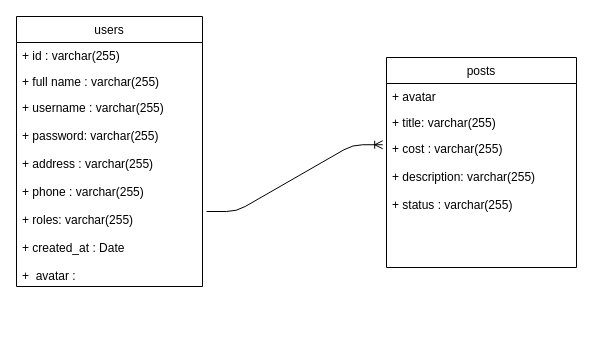
Above: src/diagram.dio in hapo-duongdv/Final-project-backend (draw.io), before the change. Source tidied: cells renumbered, new cells numbered last; positions are measured from the earlier drawing's top-left corner, leaving out a move shared by most shapes. Both pictures are drawn from the tidied source at 100%, with x=0, y=0 at pixel (16, 16).
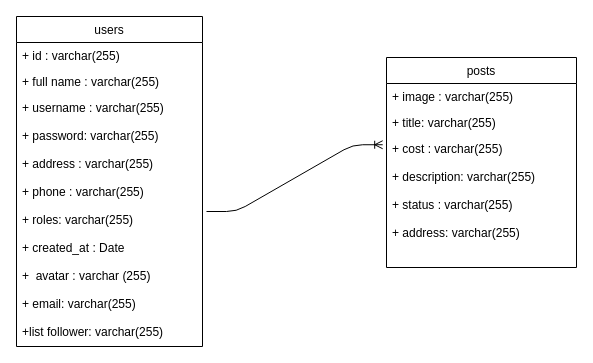
The same page after the edit.

Change to the diagram source:
```diff
@@
 <mxGraphModel>
   <root>
     <mxCell id="0" />
     <mxCell id="1" parent="0" />
     <mxCell id="2" value="posts" style="swimlane;fontStyle=0;horizontal=1;startSize=26;fillColor=none;" parent="1" vertex="1">
       <mxGeometry x="370" y="41" width="190" height="210" as="geometry" />
     </mxCell>
-    <mxCell id="3" value="+ avatar" style="text;strokeColor=none;fillColor=none;align=left;verticalAlign=top;spacingLeft=4;spacingRight=4;overflow=hidden;" parent="2" vertex="1">
+    <mxCell id="3" value="+ image : varchar(255)" style="text;strokeColor=none;fillColor=none;align=left;verticalAlign=top;spacingLeft=4;spacingRight=4;overflow=hidden;" parent="2" vertex="1">
       <mxGeometry y="26" width="190" height="26" as="geometry" />
     </mxCell>
     <mxCell id="4" value="+ title: varchar(255)" style="text;strokeColor=none;fillColor=none;align=left;verticalAlign=top;spacingLeft=4;spacingRight=4;overflow=hidden;" parent="2" vertex="1">
       <mxGeometry y="52" width="190" height="26" as="geometry" />
     </mxCell>
-    <mxCell id="5" value="+ cost : varchar(255)&#10;&#10;+ description: varchar(255)&#10;&#10;+ status : varchar(255)" style="text;strokeColor=none;fillColor=none;align=left;verticalAlign=top;spacingLeft=4;spacingRight=4;overflow=hidden;points=[[0,0.5],[1,0.5]];portConstraint=eastwest;" parent="2" vertex="1">
+    <mxCell id="5" value="+ cost : varchar(255)&#10;&#10;+ description: varchar(255)&#10;&#10;+ status : varchar(255)&#10;&#10;+ address: varchar(255)" style="text;strokeColor=none;fillColor=none;align=left;verticalAlign=top;spacingLeft=4;spacingRight=4;overflow=hidden;points=[[0,0.5],[1,0.5]];portConstraint=eastwest;" parent="2" vertex="1">
       <mxGeometry y="78" width="190" height="132" as="geometry" />
     </mxCell>
     <mxCell id="6" style="edgeStyle=entityRelationEdgeStyle;fontSize=12;html=1;endArrow=ERoneToMany;entryX=-0.02;entryY=0.07;entryDx=0;entryDy=0;entryPerimeter=0;" parent="1" edge="1" target="5">
       <mxGeometry relative="1" as="geometry">
         <mxPoint x="190" y="195" as="sourcePoint" />
       </mxGeometry>
     </mxCell>
     <mxCell id="7" value="users" style="swimlane;fontStyle=0;horizontal=1;startSize=26;fillColor=none;" parent="1" vertex="1">
-      <mxGeometry width="186" height="270" as="geometry" />
+      <mxGeometry width="186" height="330" as="geometry" />
     </mxCell>
     <mxCell id="8" value="+ id : varchar(255)" style="text;strokeColor=none;fillColor=none;align=left;verticalAlign=top;spacingLeft=4;spacingRight=4;overflow=hidden;" parent="7" vertex="1">
       <mxGeometry y="26" width="186" height="26" as="geometry" />
     </mxCell>
     <mxCell id="9" value="+ full name : varchar(255)" style="text;strokeColor=none;fillColor=none;align=left;verticalAlign=top;spacingLeft=4;spacingRight=4;overflow=hidden;" parent="7" vertex="1">
       <mxGeometry y="52" width="186" height="26" as="geometry" />
     </mxCell>
-    <mxCell id="10" value="+ username : varchar(255)&#10;&#10;+ password: varchar(255)&#10;&#10;+ address : varchar(255)&#10;&#10;+ phone : varchar(255)&#10;&#10;+ roles: varchar(255)&#10;&#10;+ created_at : Date&#10;&#10;+  avatar : &#10;" style="text;strokeColor=none;fillColor=none;align=left;verticalAlign=top;spacingLeft=4;spacingRight=4;overflow=hidden;" parent="7" vertex="1">
-      <mxGeometry y="78" width="186" height="192" as="geometry" />
+    <mxCell id="10" value="+ username : varchar(255)&#10;&#10;+ password: varchar(255)&#10;&#10;+ address : varchar(255)&#10;&#10;+ phone : varchar(255)&#10;&#10;+ roles: varchar(255)&#10;&#10;+ created_at : Date&#10;&#10;+  avatar : varchar (255)&#10;&#10;+ email: varchar(255)&#10;&#10;+list follower: varchar(255)" style="text;strokeColor=none;fillColor=none;align=left;verticalAlign=top;spacingLeft=4;spacingRight=4;overflow=hidden;" parent="7" vertex="1">
+      <mxGeometry y="78" width="186" height="252" as="geometry" />
     </mxCell>
   </root>
 </mxGraphModel>
```
